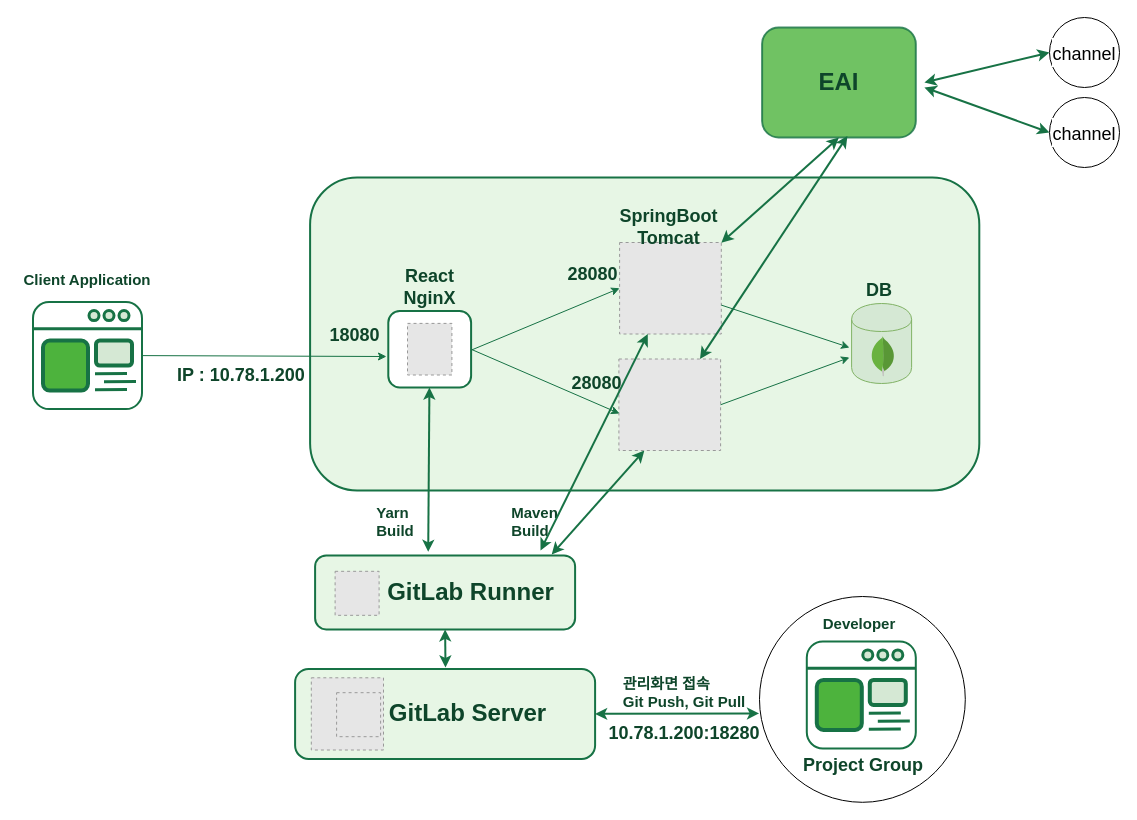
The draw.io diagram page "보안팀개발 아키텍처" (15 of 18) of Untitled Diagram.drawio in nodeman/Kubernetes, before the edit. Source tidied: cells renumbered, new cells numbered last; positions are measured from the earlier drawing's top-left corner, leaving out a move shared by most shapes. Both pictures are drawn from the tidied source at 100%, with x=0, y=0 at pixel (17, 17). Pictures stored in the file or linked from it are replaced by grey dashed boxes.
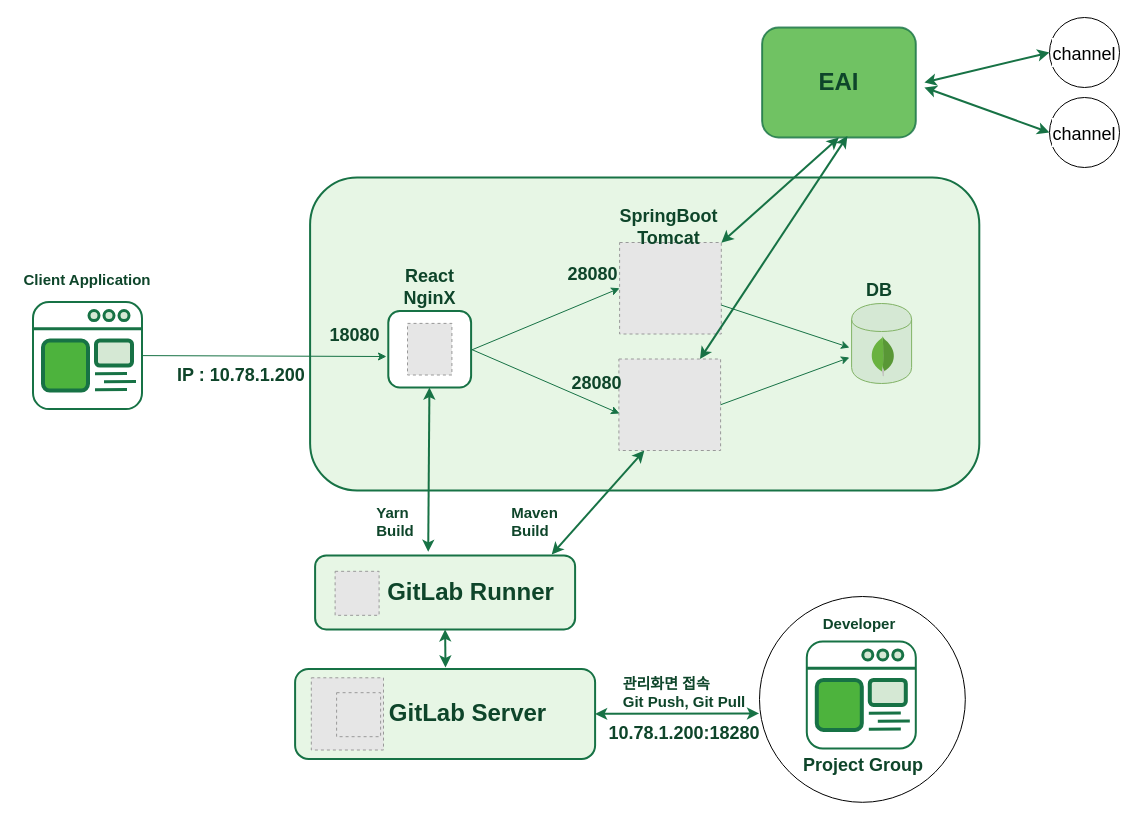
The same page after the edit.

Unchanged cells that the change refers to:
```xml
<mxCell id="2" style="rounded=1;whiteSpace=wrap;html=1;fontColor=#E7F6E5;fillColor=#E7F6E5;strokeWidth=2;strokeColor=#177245;" parent="1" vertex="1">
  <mxGeometry x="297.6" y="537.9" width="260" height="74" as="geometry" />
</mxCell>
<mxCell id="27" style="fillColor=#E6E6E6;strokeColor=#999999;dashed=1;verticalLabelPosition=bottom;labelBackgroundColor=#ffffff;verticalAlign=top;" parent="1" vertex="1">
  <mxGeometry x="602.1" y="225" width="101.7" height="91.5" as="geometry" />
</mxCell>
```

Diff of the diagram source:
```diff
@@
-    <mxCell id="63" style="endArrow=classic;startArrow=classic;html=1;fontSize=15;fontColor=#333333;strokeColor=#177245;strokeWidth=2;entryX=0.867;entryY=-0.066;entryDx=0;entryDy=0;entryPerimeter=0;" parent="1" edge="1" source="27" target="2">
-      <mxGeometry relative="1" as="geometry" />
-    </mxCell>
```
